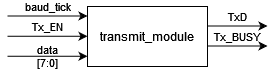
Above: project_2/project-2.diagrams/transmit_module.drawio.png in gianath03/digital-circuit-lab (draw.io), before the change. Source tidied: cells renumbered, new cells last; positions are measured from the earlier drawing's top-left corner, leaving out a move shared by most shapes. The source it was exported from:
```xml
<mxGraphModel>
  <root>
    <mxCell id="0" />
    <mxCell id="1" parent="0" />
    <mxCell id="2" value="transmit_module" style="rounded=0;whiteSpace=wrap;html=1;fillColor=none;" parent="1" vertex="1">
      <mxGeometry x="80" width="120" height="60" as="geometry" />
    </mxCell>
    <mxCell id="3" value="baud_tick" style="endArrow=classic;html=1;rounded=0;labelBackgroundColor=none;labelPosition=center;verticalLabelPosition=top;align=center;verticalAlign=bottom;" parent="1" edge="1">
      <mxGeometry relative="1" as="geometry">
        <mxPoint y="9.5" as="sourcePoint" />
        <mxPoint x="80" y="9.5" as="targetPoint" />
      </mxGeometry>
    </mxCell>
    <mxCell id="4" value="&lt;div&gt;data&lt;/div&gt;&lt;div&gt;[7:0]&lt;br&gt;&lt;/div&gt;" style="endArrow=classic;html=1;rounded=0;labelBackgroundColor=none;labelPosition=center;verticalLabelPosition=middle;align=center;verticalAlign=middle;" parent="1" edge="1">
      <mxGeometry relative="1" as="geometry">
        <mxPoint y="49.8" as="sourcePoint" />
        <mxPoint x="80" y="49.8" as="targetPoint" />
      </mxGeometry>
    </mxCell>
    <mxCell id="5" value="Tx_BUSY" style="endArrow=classic;html=1;rounded=0;labelBackgroundColor=none;labelPosition=center;verticalLabelPosition=top;align=center;verticalAlign=bottom;" parent="1" edge="1">
      <mxGeometry relative="1" as="geometry">
        <mxPoint x="200" y="39.5" as="sourcePoint" />
        <mxPoint x="260" y="39.5" as="targetPoint" />
      </mxGeometry>
    </mxCell>
    <mxCell id="6" value="Tx_EN" style="endArrow=classic;html=1;rounded=0;labelBackgroundColor=none;labelPosition=center;verticalLabelPosition=top;align=center;verticalAlign=bottom;" parent="1" edge="1">
      <mxGeometry relative="1" as="geometry">
        <mxPoint y="29.8" as="sourcePoint" />
        <mxPoint x="80" y="29.8" as="targetPoint" />
      </mxGeometry>
    </mxCell>
    <mxCell id="7" value="TxD" style="endArrow=classic;html=1;rounded=0;labelBackgroundColor=none;labelPosition=center;verticalLabelPosition=top;align=center;verticalAlign=bottom;" parent="1" edge="1">
      <mxGeometry relative="1" as="geometry">
        <mxPoint x="200" y="19.5" as="sourcePoint" />
        <mxPoint x="260" y="19.5" as="targetPoint" />
      </mxGeometry>
    </mxCell>
  </root>
</mxGraphModel>
```
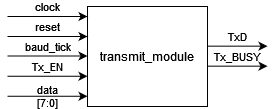
Later version of the same file.

Diff of the diagram source:
```diff
@@ -3,37 +3,49 @@
     <mxCell id="0" />
     <mxCell id="1" parent="0" />
     <mxCell id="2" value="transmit_module" style="rounded=0;whiteSpace=wrap;html=1;fillColor=none;" parent="1" vertex="1">
-      <mxGeometry x="80" width="120" height="60" as="geometry" />
+      <mxGeometry x="80" width="120" height="100" as="geometry" />
     </mxCell>
     <mxCell id="3" value="baud_tick" style="endArrow=classic;html=1;rounded=0;labelBackgroundColor=none;labelPosition=center;verticalLabelPosition=top;align=center;verticalAlign=bottom;" parent="1" edge="1">
       <mxGeometry relative="1" as="geometry">
-        <mxPoint y="9.5" as="sourcePoint" />
-        <mxPoint x="80" y="9.5" as="targetPoint" />
+        <mxPoint y="49.5" as="sourcePoint" />
+        <mxPoint x="80" y="49.5" as="targetPoint" />
       </mxGeometry>
     </mxCell>
     <mxCell id="4" value="&lt;div&gt;data&lt;/div&gt;&lt;div&gt;[7:0]&lt;br&gt;&lt;/div&gt;" style="endArrow=classic;html=1;rounded=0;labelBackgroundColor=none;labelPosition=center;verticalLabelPosition=middle;align=center;verticalAlign=middle;" parent="1" edge="1">
       <mxGeometry relative="1" as="geometry">
-        <mxPoint y="49.8" as="sourcePoint" />
-        <mxPoint x="80" y="49.8" as="targetPoint" />
+        <mxPoint y="89.8" as="sourcePoint" />
+        <mxPoint x="80" y="89.8" as="targetPoint" />
       </mxGeometry>
     </mxCell>
     <mxCell id="5" value="Tx_BUSY" style="endArrow=classic;html=1;rounded=0;labelBackgroundColor=none;labelPosition=center;verticalLabelPosition=top;align=center;verticalAlign=bottom;" parent="1" edge="1">
       <mxGeometry relative="1" as="geometry">
-        <mxPoint x="200" y="39.5" as="sourcePoint" />
-        <mxPoint x="260" y="39.5" as="targetPoint" />
+        <mxPoint x="200" y="59.7" as="sourcePoint" />
+        <mxPoint x="260" y="59.7" as="targetPoint" />
       </mxGeometry>
     </mxCell>
     <mxCell id="6" value="Tx_EN" style="endArrow=classic;html=1;rounded=0;labelBackgroundColor=none;labelPosition=center;verticalLabelPosition=top;align=center;verticalAlign=bottom;" parent="1" edge="1">
       <mxGeometry relative="1" as="geometry">
-        <mxPoint y="29.8" as="sourcePoint" />
-        <mxPoint x="80" y="29.8" as="targetPoint" />
+        <mxPoint y="69.8" as="sourcePoint" />
+        <mxPoint x="80" y="69.8" as="targetPoint" />
       </mxGeometry>
     </mxCell>
     <mxCell id="7" value="TxD" style="endArrow=classic;html=1;rounded=0;labelBackgroundColor=none;labelPosition=center;verticalLabelPosition=top;align=center;verticalAlign=bottom;" parent="1" edge="1">
       <mxGeometry relative="1" as="geometry">
-        <mxPoint x="200" y="19.5" as="sourcePoint" />
-        <mxPoint x="260" y="19.5" as="targetPoint" />
+        <mxPoint x="200" y="39.7" as="sourcePoint" />
+        <mxPoint x="260" y="39.7" as="targetPoint" />
       </mxGeometry>
     </mxCell>
+    <mxCell id="8" value="reset" style="endArrow=classic;html=1;rounded=0;labelBackgroundColor=none;labelPosition=center;verticalLabelPosition=top;align=center;verticalAlign=bottom;" parent="1" edge="1">
+      <mxGeometry relative="1" as="geometry">
+        <mxPoint y="30" as="sourcePoint" />
+        <mxPoint x="80" y="30" as="targetPoint" />
+      </mxGeometry>
+    </mxCell>
+    <mxCell id="9" value="clock" style="endArrow=classic;html=1;rounded=0;labelBackgroundColor=none;labelPosition=center;verticalLabelPosition=top;align=center;verticalAlign=bottom;" parent="1" edge="1">
+      <mxGeometry relative="1" as="geometry">
+        <mxPoint y="10" as="sourcePoint" />
+        <mxPoint x="80" y="10" as="targetPoint" />
+      </mxGeometry>
+    </mxCell>
   </root>
 </mxGraphModel>
```
